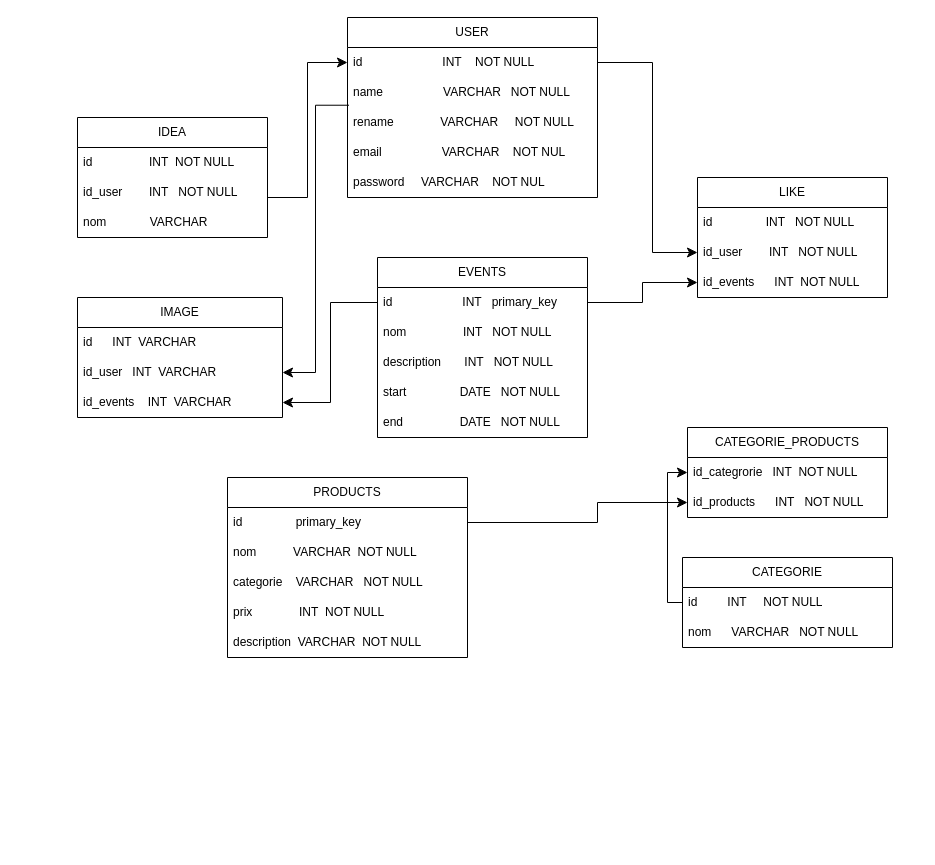
This is MCD.drawio from Missmk3/Dev_web, a draw.io file, before an edit. Source tidied: cells renumbered, new cells numbered last; positions are measured from the earlier drawing's top-left corner, leaving out a move shared by most shapes. Both pictures are drawn from the tidied source at 100%, with x=0, y=0 at pixel (77, 17).
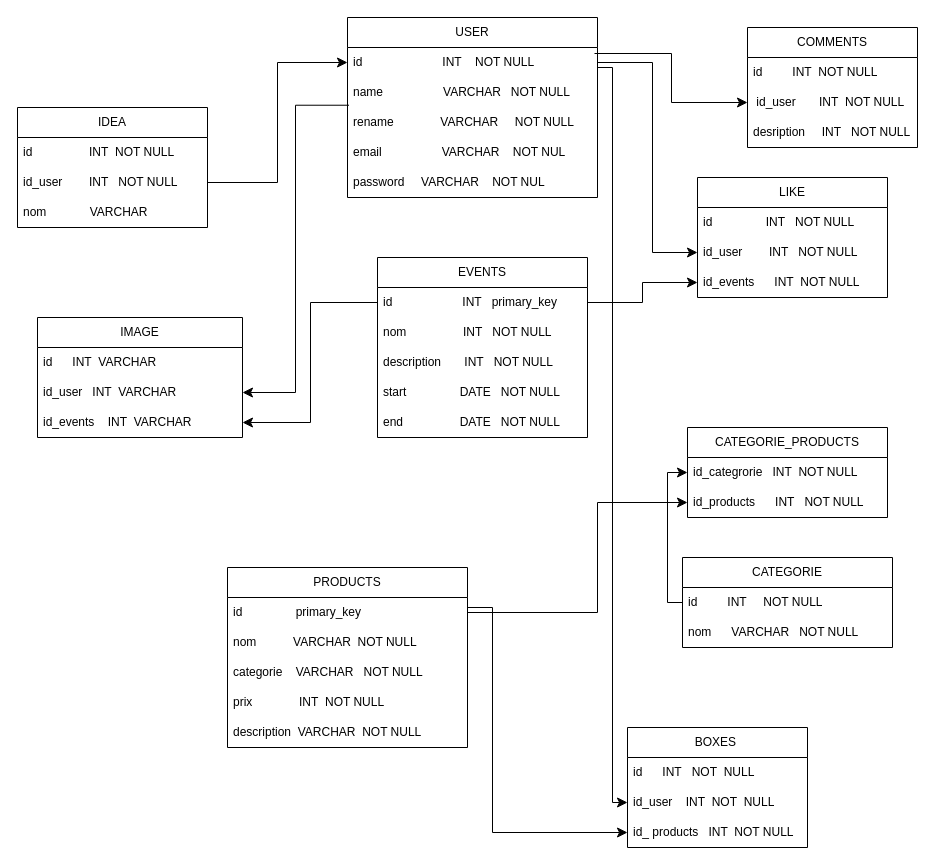
The same diagram, later.

Commit message:
connect database 4

Unchanged cells that the change refers to:
```xml
<mxCell id="14" value="id_user&amp;nbsp; &amp;nbsp; &amp;nbsp; &amp;nbsp; INT&amp;nbsp; &amp;nbsp;NOT NULL" style="text;strokeColor=none;fillColor=none;align=left;verticalAlign=middle;spacingLeft=4;spacingRight=4;overflow=hidden;points=[[0,0.5],[1,0.5]];portConstraint=eastwest;whiteSpace=wrap;html=1;" parent="12" vertex="1">
  <mxGeometry y="60" width="190" height="30" as="geometry" />
</mxCell>
<mxCell id="17" value="id&amp;nbsp; &amp;nbsp; &amp;nbsp; &amp;nbsp; &amp;nbsp; &amp;nbsp; &amp;nbsp; &amp;nbsp; &amp;nbsp; &amp;nbsp; &amp;nbsp; &amp;nbsp; INT&amp;nbsp; &amp;nbsp; NOT NULL" style="text;strokeColor=none;fillColor=none;align=left;verticalAlign=middle;spacingLeft=4;spacingRight=4;overflow=hidden;points=[[0,0.5],[1,0.5]];portConstraint=eastwest;whiteSpace=wrap;html=1;" parent="16" vertex="1">
  <mxGeometry y="30" width="250" height="30" as="geometry" />
</mxCell>
```

What changed in the source:
```diff
@@
     <mxCell id="6" value="PRODUCTS" style="swimlane;fontStyle=0;horizontal=1;startSize=30;whiteSpace=wrap;html=1;" parent="1" vertex="1">
-      <mxGeometry x="150" y="460" width="240" height="180" as="geometry" />
+      <mxGeometry x="150" y="550" width="240" height="180" as="geometry" />
     </mxCell>
@@
     <mxCell id="12" value="IDEA" style="swimlane;fontStyle=0;horizontal=1;startSize=30;whiteSpace=wrap;html=1;" parent="1" vertex="1">
-      <mxGeometry y="100" width="190" height="120" as="geometry" />
+      <mxGeometry x="-60" y="90" width="190" height="120" as="geometry" />
     </mxCell>
@@
-    <mxCell id="35" style="edgeStyle=elbowEdgeStyle;elbow=horizontal;endArrow=classic;html=1;curved=0;rounded=0;endSize=8;startSize=8;entryX=0;entryY=0.5;entryDx=0;entryDy=0;" parent="1" edge="1" target="17">
-      <mxGeometry relative="1" as="geometry">
-        <mxPoint x="190" y="180" as="sourcePoint" />
-      </mxGeometry>
+    <mxCell id="35" style="edgeStyle=elbowEdgeStyle;elbow=horizontal;endArrow=classic;html=1;curved=0;rounded=0;endSize=8;startSize=8;entryX=0;entryY=0.5;entryDx=0;entryDy=0;exitX=1;exitY=0.5;exitDx=0;exitDy=0;" parent="1" edge="1" source="14" target="17">
+      <mxGeometry relative="1" as="geometry" />
     </mxCell>
@@
     <mxCell id="39" value="IMAGE" style="swimlane;fontStyle=0;horizontal=1;startSize=30;whiteSpace=wrap;html=1;" parent="1" vertex="1">
-      <mxGeometry y="280" width="205" height="120" as="geometry" />
+      <mxGeometry x="-40" y="300" width="205" height="120" as="geometry" />
     </mxCell>
@@
+    <mxCell id="45" value="COMMENTS" style="swimlane;fontStyle=0;horizontal=1;startSize=30;whiteSpace=wrap;html=1;" parent="1" vertex="1">
+      <mxGeometry x="670" y="10" width="170" height="120" as="geometry" />
+    </mxCell>
+    <mxCell id="46" value="id&amp;nbsp; &amp;nbsp; &amp;nbsp; &amp;nbsp; &amp;nbsp;INT&amp;nbsp; NOT NULL" style="text;strokeColor=none;fillColor=none;align=left;verticalAlign=middle;spacingLeft=4;spacingRight=4;overflow=hidden;whiteSpace=wrap;html=1;" parent="45" vertex="1">
+      <mxGeometry y="30" width="170" height="30" as="geometry" />
+    </mxCell>
+    <mxCell id="47" value="&amp;nbsp;id_user&amp;nbsp; &amp;nbsp; &amp;nbsp; &amp;nbsp;INT&amp;nbsp; NOT NULL" style="text;strokeColor=none;fillColor=none;align=left;verticalAlign=middle;spacingLeft=4;spacingRight=4;overflow=hidden;points=[[0,0.5],[1,0.5]];portConstraint=eastwest;whiteSpace=wrap;html=1;" parent="45" vertex="1">
+      <mxGeometry y="60" width="170" height="30" as="geometry" />
+    </mxCell>
+    <mxCell id="48" value="desription&amp;nbsp; &amp;nbsp; &amp;nbsp;INT&amp;nbsp; &amp;nbsp;NOT NULL" style="text;strokeColor=none;fillColor=none;align=left;verticalAlign=middle;spacingLeft=4;spacingRight=4;overflow=hidden;whiteSpace=wrap;html=1;" parent="45" vertex="1">
+      <mxGeometry y="90" width="170" height="30" as="geometry" />
+    </mxCell>
+    <mxCell id="49" value="BOXES&amp;nbsp;" style="swimlane;fontStyle=0;horizontal=1;startSize=30;whiteSpace=wrap;html=1;" parent="1" vertex="1">
+      <mxGeometry x="550" y="710" width="180" height="120" as="geometry" />
+    </mxCell>
+    <mxCell id="50" value="id&amp;nbsp; &amp;nbsp; &amp;nbsp; INT&amp;nbsp; &amp;nbsp;NOT&amp;nbsp; NULL&amp;nbsp;" style="text;strokeColor=none;fillColor=none;align=left;verticalAlign=middle;spacingLeft=4;spacingRight=4;overflow=hidden;whiteSpace=wrap;html=1;" parent="49" vertex="1">
+      <mxGeometry y="30" width="180" height="30" as="geometry" />
+    </mxCell>
+    <mxCell id="51" value="id_user&amp;nbsp; &amp;nbsp; INT&amp;nbsp; NOT&amp;nbsp; NULL" style="text;strokeColor=none;fillColor=none;align=left;verticalAlign=middle;spacingLeft=4;spacingRight=4;overflow=hidden;points=[[0,0.5],[1,0.5]];portConstraint=eastwest;whiteSpace=wrap;html=1;" parent="49" vertex="1">
+      <mxGeometry y="60" width="180" height="30" as="geometry" />
+    </mxCell>
+    <mxCell id="52" value="id_ products&amp;nbsp; &amp;nbsp;INT&amp;nbsp; NOT NULL" style="text;strokeColor=none;fillColor=none;align=left;verticalAlign=middle;spacingLeft=4;spacingRight=4;overflow=hidden;points=[[0,0.5],[1,0.5]];portConstraint=eastwest;whiteSpace=wrap;html=1;" parent="49" vertex="1">
+      <mxGeometry y="90" width="180" height="30" as="geometry" />
+    </mxCell>
+    <mxCell id="53" style="edgeStyle=elbowEdgeStyle;elbow=horizontal;endArrow=classic;html=1;curved=0;rounded=0;endSize=8;startSize=8;exitX=0.988;exitY=0.2;exitDx=0;exitDy=0;exitPerimeter=0;entryX=0;entryY=0.5;entryDx=0;entryDy=0;" parent="1" edge="1" source="17" target="47">
+      <mxGeometry relative="1" as="geometry" />
+    </mxCell>
+    <mxCell id="54" style="edgeStyle=elbowEdgeStyle;elbow=horizontal;endArrow=classic;html=1;curved=0;rounded=0;endSize=8;startSize=8;entryX=0;entryY=0.5;entryDx=0;entryDy=0;" parent="1" edge="1" target="51">
+      <mxGeometry relative="1" as="geometry">
+        <mxPoint x="520" y="50" as="sourcePoint" />
+      </mxGeometry>
+    </mxCell>
+    <mxCell id="55" style="edgeStyle=elbowEdgeStyle;elbow=horizontal;endArrow=classic;html=1;curved=0;rounded=0;endSize=8;startSize=8;" parent="1" edge="1" target="52">
+      <mxGeometry relative="1" as="geometry">
+        <mxPoint x="390" y="590" as="sourcePoint" />
+        <Array as="points">
+          <mxPoint x="415" y="500" />
+        </Array>
+      </mxGeometry>
+    </mxCell>
```
